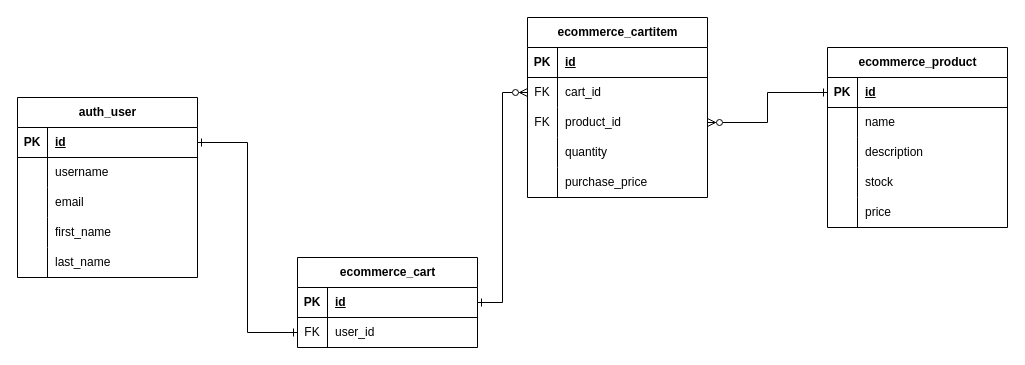
The draw.io diagram page "Add products to cart" (2 of 3) of E-Commerce API ERD.drawio in RHILIUS/drawio, before the edit. Source tidied: cells renumbered, new cells numbered last; positions are measured from the earlier drawing's top-left corner, leaving out a move shared by most shapes. Both pictures are drawn from the tidied source at 100%, with x=0, y=0 at pixel (17, 17).
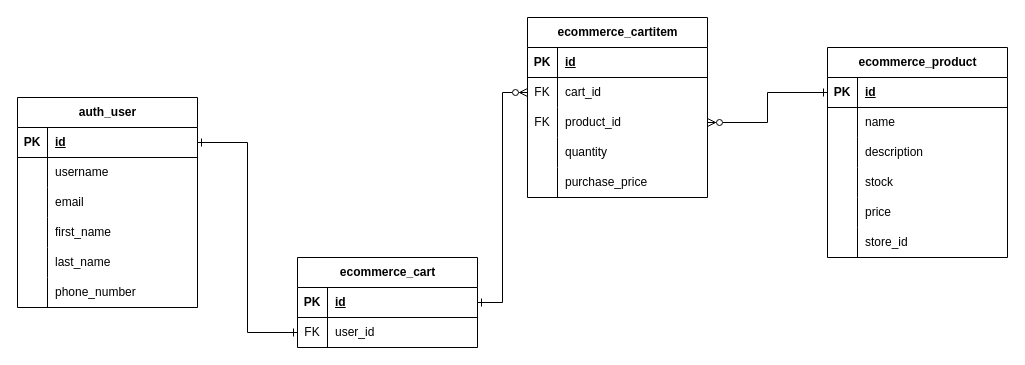
The same diagram, later.

What changed in the source:
```diff
@@
     <mxCell id="9" value="ecommerce_product" style="shape=table;startSize=30;childLayout=tableLayout;rowLines=0;fontStyle=1;align=center;html=1;" parent="1" vertex="1">
-      <mxGeometry x="810" y="30" width="180" height="180" as="geometry" />
+      <mxGeometry x="810" y="30" width="180" height="210" as="geometry" />
     </mxCell>
@@
+    <mxCell id="60" style="shape=tableRow;horizontal=0;startSize=0;swimlaneHead=0;swimlaneBody=0;fillColor=none;top=0;left=0;right=0;bottom=0;" parent="9" vertex="1">
+      <mxGeometry y="180" width="180" height="30" as="geometry" />
+    </mxCell>
+    <mxCell id="61" style="shape=partialRectangle;fillColor=none;top=0;left=0;bottom=0;right=0;overflow=hidden;whiteSpace=wrap;html=1;" parent="60" vertex="1">
+      <mxGeometry width="30" height="30" as="geometry" />
+    </mxCell>
+    <mxCell id="62" value="store_id" style="shape=partialRectangle;fillColor=none;top=0;left=0;bottom=0;right=0;align=left;spacingLeft=6;overflow=hidden;whiteSpace=wrap;html=1;" parent="60" vertex="1">
+      <mxGeometry x="30" width="150" height="30" as="geometry" />
+    </mxCell>
     <mxCell id="25" value="auth_user" style="shape=table;startSize=30;childLayout=tableLayout;rowLines=0;fontStyle=1;align=center;html=1;" parent="1" vertex="1">
-      <mxGeometry y="80" width="180" height="180" as="geometry" />
+      <mxGeometry y="80" width="180" height="210" as="geometry" />
     </mxCell>
@@
+    <mxCell id="63" style="shape=tableRow;horizontal=0;startSize=0;swimlaneHead=0;swimlaneBody=0;fillColor=none;top=0;left=0;right=0;bottom=0;" parent="25" vertex="1">
+      <mxGeometry y="180" width="180" height="30" as="geometry" />
+    </mxCell>
+    <mxCell id="64" style="shape=partialRectangle;fillColor=none;top=0;left=0;bottom=0;right=0;overflow=hidden;whiteSpace=wrap;html=1;" parent="63" vertex="1">
+      <mxGeometry width="30" height="30" as="geometry" />
+    </mxCell>
+    <mxCell id="65" value="phone_number" style="shape=partialRectangle;fillColor=none;top=0;left=0;bottom=0;right=0;align=left;spacingLeft=6;overflow=hidden;whiteSpace=wrap;html=1;" parent="63" vertex="1">
+      <mxGeometry x="30" width="150" height="30" as="geometry" />
+    </mxCell>
```
